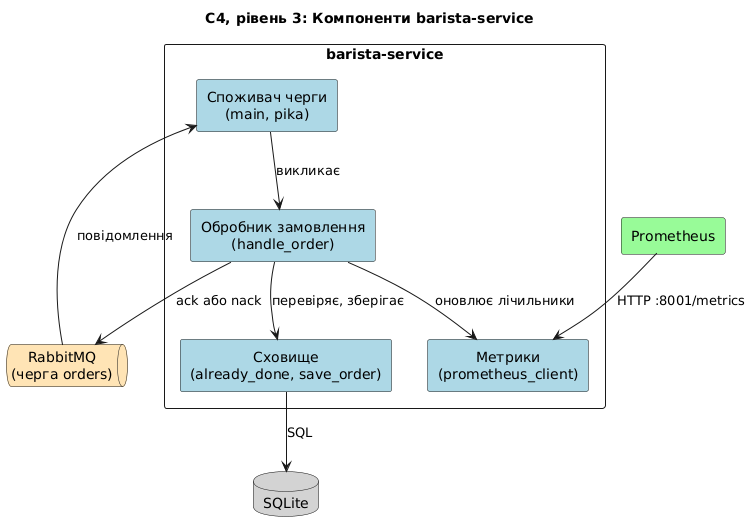
The PlantUML diagram docs/diagrams/c4-3-component.png in Kirrik1920/coffee-shop-information-system, before a commit.
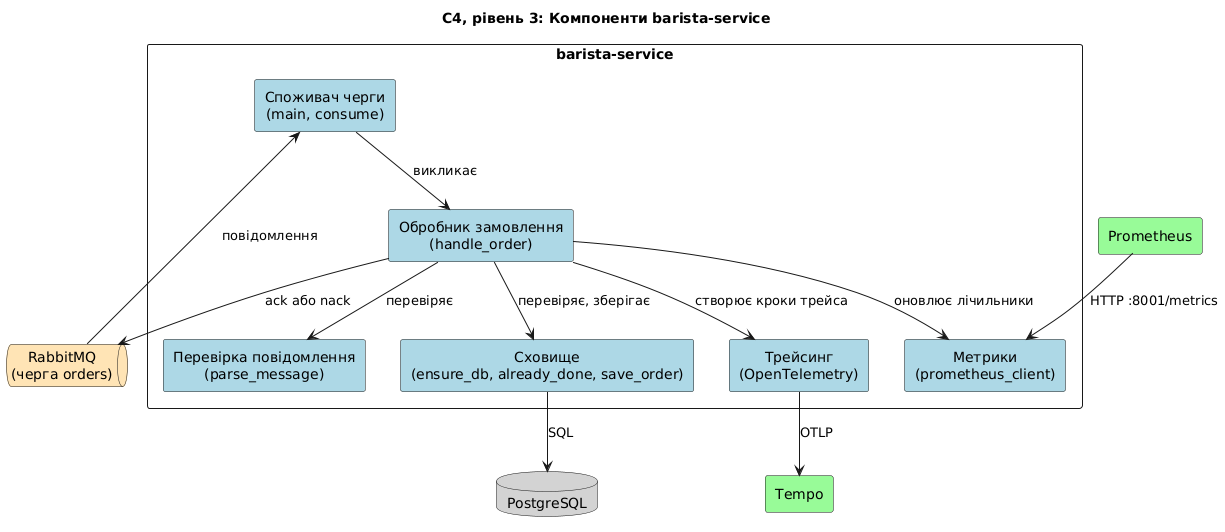
After the change.

Change to the diagram source:
```diff
@@ -4,21 +4,27 @@
 skinparam shadowing false
 
 queue "RabbitMQ\n(черга orders)" as rabbit #Moccasin
-database "SQLite" as db #LightGray
+database "PostgreSQL" as db #LightGray
 rectangle "Prometheus" as prom #PaleGreen
+rectangle "Tempo" as tempo #PaleGreen
 
 rectangle "barista-service" {
-  rectangle "Споживач черги\n(main, pika)" as consumer #LightBlue
+  rectangle "Споживач черги\n(main, consume)" as consumer #LightBlue
+  rectangle "Перевірка повідомлення\n(parse_message)" as parser #LightBlue
   rectangle "Обробник замовлення\n(handle_order)" as handler #LightBlue
-  rectangle "Сховище\n(already_done, save_order)" as storage #LightBlue
+  rectangle "Сховище\n(ensure_db, already_done, save_order)" as storage #LightBlue
   rectangle "Метрики\n(prometheus_client)" as metrics #LightBlue
+  rectangle "Трейсинг\n(OpenTelemetry)" as tracing #LightBlue
 }
 
 rabbit --> consumer : повідомлення
 consumer --> handler : викликає
+handler --> parser : перевіряє
 handler --> storage : перевіряє, зберігає
 storage --> db : SQL
 handler --> metrics : оновлює лічильники
+handler --> tracing : створює кроки трейса
 prom --> metrics : HTTP :8001/metrics
+tracing --> tempo : OTLP
 handler --> rabbit : ack або nack
 @enduml
```
